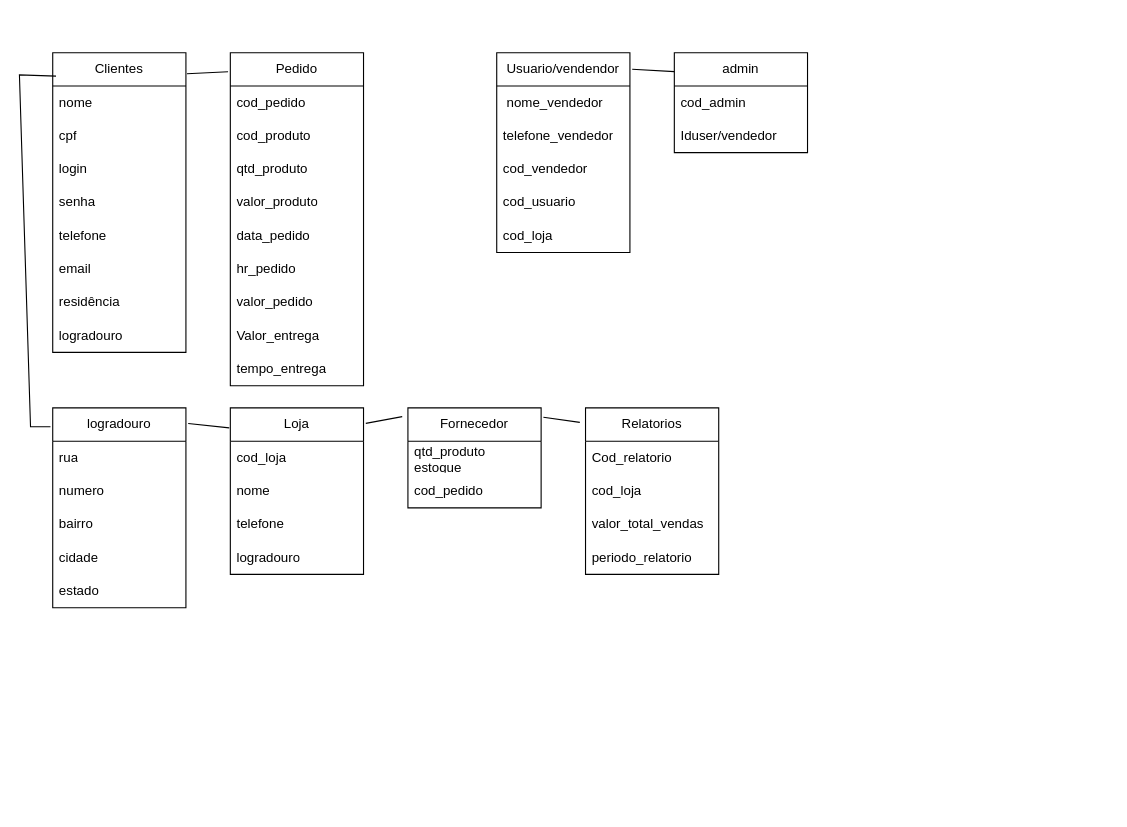
The draw.io diagram Diagrama sem nome.drawio in Dnizdj/Banco-de-Dados, before the edit. Source tidied: cells renumbered, new cells numbered last; positions are measured from the earlier drawing's top-left corner, leaving out a move shared by most shapes. Both pictures are drawn from the tidied source at 111%, with x=0, y=0 at pixel (19, 52).
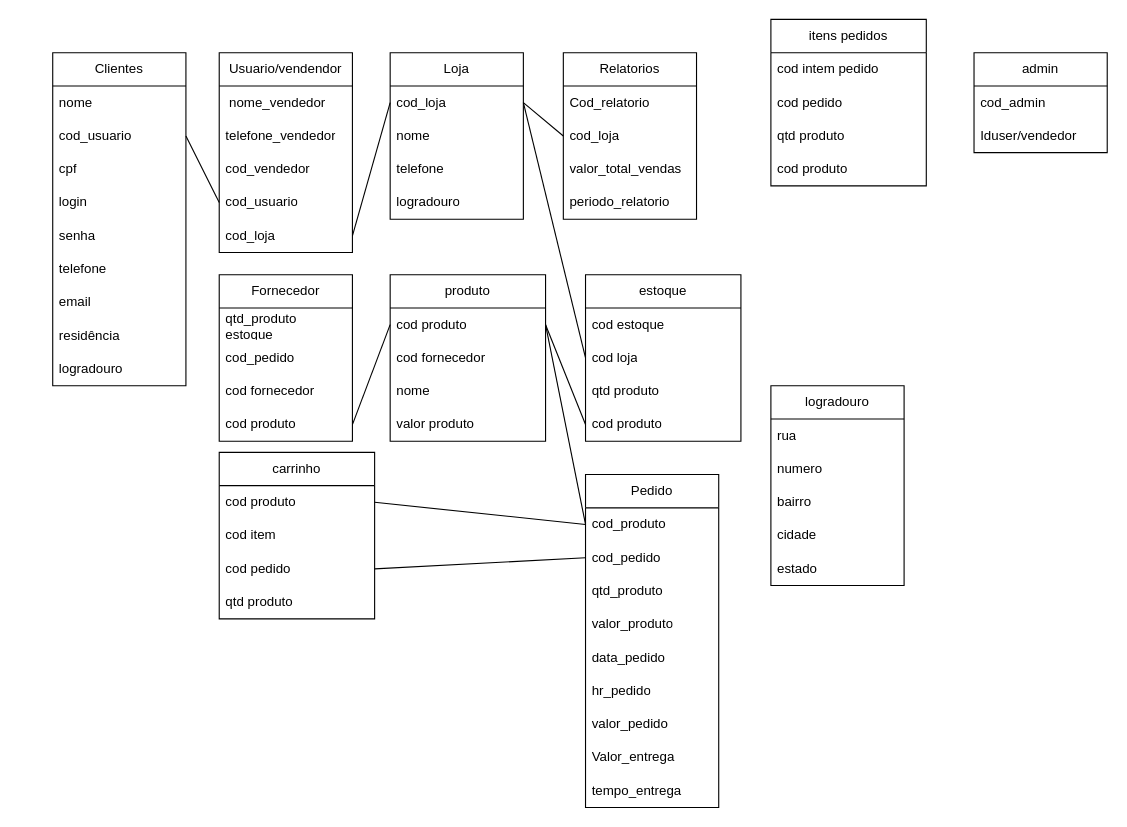
Above is the later version.

The change refers to these unchanged cells:
```xml
<mxCell id="22" value="cod_loja" style="text;strokeColor=none;fillColor=none;align=left;verticalAlign=middle;spacingLeft=4;spacingRight=4;overflow=hidden;points=[[0,0.5],[1,0.5]];portConstraint=eastwest;whiteSpace=wrap;html=1;" parent="21" vertex="1">
  <mxGeometry y="30" width="120" height="30" as="geometry" />
</mxCell>
<mxCell id="30" value="cod_usuario" style="text;strokeColor=none;fillColor=none;align=left;verticalAlign=middle;spacingLeft=4;spacingRight=4;overflow=hidden;points=[[0,0.5],[1,0.5]];portConstraint=eastwest;whiteSpace=wrap;html=1;" parent="26" vertex="1">
  <mxGeometry y="120" width="120" height="30" as="geometry" />
</mxCell>
<mxCell id="31" value="cod_loja" style="text;strokeColor=none;fillColor=none;align=left;verticalAlign=middle;spacingLeft=4;spacingRight=4;overflow=hidden;points=[[0,0.5],[1,0.5]];portConstraint=eastwest;whiteSpace=wrap;html=1;" parent="26" vertex="1">
  <mxGeometry y="150" width="120" height="30" as="geometry" />
</mxCell>
<mxCell id="34" value="cod_loja" style="text;strokeColor=none;fillColor=none;align=left;verticalAlign=middle;spacingLeft=4;spacingRight=4;overflow=hidden;points=[[0,0.5],[1,0.5]];portConstraint=eastwest;whiteSpace=wrap;html=1;" parent="32" vertex="1">
  <mxGeometry y="60" width="120" height="30" as="geometry" />
</mxCell>
```

Diff of the diagram source:
```diff
@@
     <mxCell id="2" value="Clientes" style="swimlane;fontStyle=0;horizontal=1;startSize=30;whiteSpace=wrap;html=1;" parent="1" vertex="1">
-      <mxGeometry x="30" width="120" height="270" as="geometry" />
+      <mxGeometry x="30" width="120" height="300" as="geometry" />
     </mxCell>
@@
+    <mxCell id="55" value="cod_usuario" style="text;strokeColor=none;fillColor=none;align=left;verticalAlign=middle;spacingLeft=4;spacingRight=4;overflow=hidden;points=[[0,0.5],[1,0.5]];portConstraint=eastwest;whiteSpace=wrap;html=1;" parent="2" vertex="1">
+      <mxGeometry y="60" width="120" height="30" as="geometry" />
+    </mxCell>
     <mxCell id="4" value="cpf" style="text;strokeColor=none;fillColor=none;align=left;verticalAlign=middle;spacingLeft=4;spacingRight=4;overflow=hidden;whiteSpace=wrap;html=1;" parent="2" vertex="1">
-      <mxGeometry y="60" width="120" height="30" as="geometry" />
+      <mxGeometry y="90" width="120" height="30" as="geometry" />
     </mxCell>
     <mxCell id="5" value="login" style="text;strokeColor=none;fillColor=none;align=left;verticalAlign=middle;spacingLeft=4;spacingRight=4;overflow=hidden;whiteSpace=wrap;html=1;" parent="2" vertex="1">
-      <mxGeometry y="90" width="120" height="30" as="geometry" />
+      <mxGeometry y="120" width="120" height="30" as="geometry" />
     </mxCell>
     <mxCell id="6" value="senha" style="text;strokeColor=none;fillColor=none;align=left;verticalAlign=middle;spacingLeft=4;spacingRight=4;overflow=hidden;whiteSpace=wrap;html=1;" parent="2" vertex="1">
-      <mxGeometry y="120" width="120" height="30" as="geometry" />
+      <mxGeometry y="150" width="120" height="30" as="geometry" />
     </mxCell>
     <mxCell id="7" value="telefone" style="text;strokeColor=none;fillColor=none;align=left;verticalAlign=middle;spacingLeft=4;spacingRight=4;overflow=hidden;whiteSpace=wrap;html=1;" parent="2" vertex="1">
-      <mxGeometry y="150" width="120" height="30" as="geometry" />
+      <mxGeometry y="180" width="120" height="30" as="geometry" />
     </mxCell>
     <mxCell id="8" value="email" style="text;strokeColor=none;fillColor=none;align=left;verticalAlign=middle;spacingLeft=4;spacingRight=4;overflow=hidden;whiteSpace=wrap;html=1;" parent="2" vertex="1">
-      <mxGeometry y="180" width="120" height="30" as="geometry" />
+      <mxGeometry y="210" width="120" height="30" as="geometry" />
     </mxCell>
     <mxCell id="9" value="residência" style="text;strokeColor=none;fillColor=none;align=left;verticalAlign=middle;spacingLeft=4;spacingRight=4;overflow=hidden;whiteSpace=wrap;html=1;" parent="2" vertex="1">
-      <mxGeometry y="210" width="120" height="30" as="geometry" />
+      <mxGeometry y="240" width="120" height="30" as="geometry" />
     </mxCell>
     <mxCell id="10" value="logradouro" style="text;strokeColor=none;fillColor=none;align=left;verticalAlign=middle;spacingLeft=4;spacingRight=4;overflow=hidden;whiteSpace=wrap;html=1;" parent="2" vertex="1">
-      <mxGeometry y="240" width="120" height="30" as="geometry" />
+      <mxGeometry y="270" width="120" height="30" as="geometry" />
     </mxCell>
     <mxCell id="11" value="Pedido" style="swimlane;fontStyle=0;horizontal=1;startSize=30;whiteSpace=wrap;html=1;" parent="1" vertex="1">
-      <mxGeometry x="190" width="120" height="300" as="geometry" />
+      <mxGeometry x="510" y="380" width="120" height="300" as="geometry" />
     </mxCell>
+    <mxCell id="13" value="cod_produto" style="text;strokeColor=none;fillColor=none;align=left;verticalAlign=middle;spacingLeft=4;spacingRight=4;overflow=hidden;points=[[0,0.5],[1,0.5]];portConstraint=eastwest;whiteSpace=wrap;html=1;" parent="11" vertex="1">
+      <mxGeometry y="30" width="120" height="30" as="geometry" />
+    </mxCell>
     <mxCell id="12" value="cod_pedido" style="text;strokeColor=none;fillColor=none;align=left;verticalAlign=middle;spacingLeft=4;spacingRight=4;overflow=hidden;points=[[0,0.5],[1,0.5]];portConstraint=eastwest;whiteSpace=wrap;html=1;" parent="11" vertex="1">
-      <mxGeometry y="30" width="120" height="30" as="geometry" />
+      <mxGeometry y="60" width="120" height="30" as="geometry" />
     </mxCell>
-    <mxCell id="13" value="cod_produto" style="text;strokeColor=none;fillColor=none;align=left;verticalAlign=middle;spacingLeft=4;spacingRight=4;overflow=hidden;points=[[0,0.5],[1,0.5]];portConstraint=eastwest;whiteSpace=wrap;html=1;" parent="11" vertex="1">
-      <mxGeometry y="60" width="120" height="30" as="geometry" />
-    </mxCell>
@@
     <mxCell id="21" value="Loja" style="swimlane;fontStyle=0;horizontal=1;startSize=30;whiteSpace=wrap;html=1;" parent="1" vertex="1">
-      <mxGeometry x="190" y="320" width="120" height="150" as="geometry" />
+      <mxGeometry x="334" width="120" height="150" as="geometry" />
     </mxCell>
@@
     <mxCell id="26" value="Usuario/vendendor" style="swimlane;fontStyle=0;horizontal=1;startSize=30;whiteSpace=wrap;html=1;" parent="1" vertex="1">
-      <mxGeometry x="430" width="120" height="180" as="geometry" />
+      <mxGeometry x="180" width="120" height="180" as="geometry" />
     </mxCell>
@@
     <mxCell id="32" value="Relatorios" style="swimlane;fontStyle=0;horizontal=1;startSize=30;whiteSpace=wrap;html=1;" parent="1" vertex="1">
-      <mxGeometry x="510" y="320" width="120" height="150" as="geometry" />
+      <mxGeometry x="490" width="120" height="150" as="geometry" />
     </mxCell>
@@
     <mxCell id="37" value="logradouro" style="swimlane;fontStyle=0;horizontal=1;startSize=30;whiteSpace=wrap;html=1;" parent="1" vertex="1">
-      <mxGeometry x="30" y="320" width="120" height="180" as="geometry" />
+      <mxGeometry x="677" y="300" width="120" height="180" as="geometry" />
     </mxCell>
@@
     <mxCell id="43" value="admin" style="swimlane;fontStyle=0;horizontal=1;startSize=30;whiteSpace=wrap;html=1;" parent="1" vertex="1">
-      <mxGeometry x="590" width="120" height="90" as="geometry" />
+      <mxGeometry x="860" width="120" height="90" as="geometry" />
     </mxCell>
@@
-    <mxCell id="46" style="endArrow=none;html=1;rounded=0;entryX=1.008;entryY=0.07;entryDx=0;entryDy=0;entryPerimeter=0;exitX=-0.017;exitY=0.057;exitDx=0;exitDy=0;exitPerimeter=0;" parent="1" edge="1" source="11" target="2">
-      <mxGeometry relative="1" as="geometry" />
-    </mxCell>
-    <mxCell id="47" style="endArrow=none;html=1;rounded=0;exitX=-0.017;exitY=0.094;exitDx=0;exitDy=0;exitPerimeter=0;entryX=0.025;entryY=0.078;entryDx=0;entryDy=0;entryPerimeter=0;" parent="1" edge="1" source="37" target="2">
-      <mxGeometry relative="1" as="geometry">
-        <Array as="points">
-          <mxPoint x="10" y="337" />
-          <mxPoint y="20" />
-        </Array>
-      </mxGeometry>
-    </mxCell>
-    <mxCell id="48" style="endArrow=none;html=1;rounded=0;entryX=1.017;entryY=0.078;entryDx=0;entryDy=0;entryPerimeter=0;exitX=-0.008;exitY=0.12;exitDx=0;exitDy=0;exitPerimeter=0;" parent="1" edge="1" source="21" target="37">
-      <mxGeometry relative="1" as="geometry" />
-    </mxCell>
-    <mxCell id="49" style="endArrow=none;html=1;rounded=0;exitX=1.017;exitY=0.093;exitDx=0;exitDy=0;exitPerimeter=0;entryX=-0.043;entryY=0.087;entryDx=0;entryDy=0;entryPerimeter=0;" parent="1" edge="1" source="51" target="32">
-      <mxGeometry relative="1" as="geometry" />
-    </mxCell>
-    <mxCell id="50" style="endArrow=none;html=1;rounded=0;exitX=1.017;exitY=0.093;exitDx=0;exitDy=0;exitPerimeter=0;entryX=-0.043;entryY=0.087;entryDx=0;entryDy=0;entryPerimeter=0;" parent="1" edge="1" source="21" target="51">
-      <mxGeometry relative="1" as="geometry" />
-    </mxCell>
     <mxCell id="51" value="Fornecedor" style="swimlane;fontStyle=0;horizontal=1;startSize=30;whiteSpace=wrap;html=1;" parent="1" vertex="1">
-      <mxGeometry x="350" y="320" width="120" height="90" as="geometry" />
+      <mxGeometry x="180" y="200" width="120" height="150" as="geometry" />
     </mxCell>
@@
-    <mxCell id="54" style="endArrow=none;html=1;rounded=0;entryX=0;entryY=0.189;entryDx=0;entryDy=0;entryPerimeter=0;exitX=1.017;exitY=0.083;exitDx=0;exitDy=0;exitPerimeter=0;" parent="1" edge="1" source="26" target="43">
-      <mxGeometry relative="1" as="geometry" />
-    </mxCell>
+    <mxCell id="56" value="cod fornecedor" style="text;strokeColor=none;fillColor=none;align=left;verticalAlign=middle;spacingLeft=4;spacingRight=4;overflow=hidden;whiteSpace=wrap;html=1;" parent="51" vertex="1">
+      <mxGeometry y="90" width="120" height="30" as="geometry" />
+    </mxCell>
+    <mxCell id="57" value="cod produto" style="text;strokeColor=none;fillColor=none;align=left;verticalAlign=middle;spacingLeft=4;spacingRight=4;overflow=hidden;points=[[0,0.5],[1,0.5]];portConstraint=eastwest;whiteSpace=wrap;html=1;" parent="51" vertex="1">
+      <mxGeometry y="120" width="120" height="30" as="geometry" />
+    </mxCell>
+    <mxCell id="58" value="produto" style="swimlane;fontStyle=0;horizontal=1;startSize=30;whiteSpace=wrap;html=1;" parent="1" vertex="1">
+      <mxGeometry x="334" y="200" width="140" height="150" as="geometry" />
+    </mxCell>
+    <mxCell id="59" value="cod produto" style="text;strokeColor=none;fillColor=none;align=left;verticalAlign=middle;spacingLeft=4;spacingRight=4;overflow=hidden;points=[[0,0.5],[1,0.5]];portConstraint=eastwest;whiteSpace=wrap;html=1;" parent="58" vertex="1">
+      <mxGeometry y="30" width="140" height="30" as="geometry" />
+    </mxCell>
+    <mxCell id="60" value="cod fornecedor" style="text;strokeColor=none;fillColor=none;align=left;verticalAlign=middle;spacingLeft=4;spacingRight=4;overflow=hidden;whiteSpace=wrap;html=1;" parent="58" vertex="1">
+      <mxGeometry y="60" width="140" height="30" as="geometry" />
+    </mxCell>
+    <mxCell id="61" value="nome" style="text;strokeColor=none;fillColor=none;align=left;verticalAlign=middle;spacingLeft=4;spacingRight=4;overflow=hidden;whiteSpace=wrap;html=1;" parent="58" vertex="1">
+      <mxGeometry y="90" width="140" height="30" as="geometry" />
+    </mxCell>
+    <mxCell id="62" value="valor produto" style="text;strokeColor=none;fillColor=none;align=left;verticalAlign=middle;spacingLeft=4;spacingRight=4;overflow=hidden;whiteSpace=wrap;html=1;" parent="58" vertex="1">
+      <mxGeometry y="120" width="140" height="30" as="geometry" />
+    </mxCell>
+    <mxCell id="63" value="itens pedidos" style="swimlane;fontStyle=0;horizontal=1;startSize=30;whiteSpace=wrap;html=1;" parent="1" vertex="1">
+      <mxGeometry x="677" y="-30" width="140" height="150" as="geometry" />
+    </mxCell>
+    <mxCell id="64" value="cod intem pedido" style="text;strokeColor=none;fillColor=none;align=left;verticalAlign=middle;spacingLeft=4;spacingRight=4;overflow=hidden;whiteSpace=wrap;html=1;" parent="63" vertex="1">
+      <mxGeometry y="30" width="140" height="30" as="geometry" />
+    </mxCell>
+    <mxCell id="65" value="cod pedido" style="text;strokeColor=none;fillColor=none;align=left;verticalAlign=middle;spacingLeft=4;spacingRight=4;overflow=hidden;whiteSpace=wrap;html=1;" parent="63" vertex="1">
+      <mxGeometry y="60" width="140" height="30" as="geometry" />
+    </mxCell>
+    <mxCell id="66" value="qtd produto" style="text;strokeColor=none;fillColor=none;align=left;verticalAlign=middle;spacingLeft=4;spacingRight=4;overflow=hidden;whiteSpace=wrap;html=1;" parent="63" vertex="1">
+      <mxGeometry y="90" width="140" height="30" as="geometry" />
+    </mxCell>
+    <mxCell id="67" value="cod produto" style="text;strokeColor=none;fillColor=none;align=left;verticalAlign=middle;spacingLeft=4;spacingRight=4;overflow=hidden;whiteSpace=wrap;html=1;" parent="63" vertex="1">
+      <mxGeometry y="120" width="140" height="30" as="geometry" />
+    </mxCell>
+    <mxCell id="68" style="endArrow=none;html=1;rounded=0;entryX=1;entryY=0.5;entryDx=0;entryDy=0;exitX=0;exitY=0.5;exitDx=0;exitDy=0;" parent="1" edge="1" source="30" target="55">
+      <mxGeometry relative="1" as="geometry" />
+    </mxCell>
+    <mxCell id="69" style="endArrow=none;html=1;rounded=0;exitX=1;exitY=0.5;exitDx=0;exitDy=0;entryX=0;entryY=0.5;entryDx=0;entryDy=0;" parent="1" edge="1" source="57" target="59">
+      <mxGeometry relative="1" as="geometry" />
+    </mxCell>
+    <mxCell id="70" style="endArrow=none;html=1;rounded=0;exitX=1;exitY=0.5;exitDx=0;exitDy=0;entryX=0;entryY=0.5;entryDx=0;entryDy=0;" parent="1" edge="1" source="31" target="22">
+      <mxGeometry relative="1" as="geometry" />
+    </mxCell>
+    <mxCell id="71" style="endArrow=none;html=1;rounded=0;entryX=1;entryY=0.5;entryDx=0;entryDy=0;exitX=0;exitY=0.5;exitDx=0;exitDy=0;" parent="1" edge="1" source="34" target="22">
+      <mxGeometry relative="1" as="geometry" />
+    </mxCell>
+    <mxCell id="72" value="estoque" style="swimlane;fontStyle=0;horizontal=1;startSize=30;whiteSpace=wrap;html=1;" parent="1" vertex="1">
+      <mxGeometry x="510" y="200" width="140" height="150" as="geometry" />
+    </mxCell>
+    <mxCell id="73" value="cod estoque" style="text;strokeColor=none;fillColor=none;align=left;verticalAlign=middle;spacingLeft=4;spacingRight=4;overflow=hidden;whiteSpace=wrap;html=1;" parent="72" vertex="1">
+      <mxGeometry y="30" width="140" height="30" as="geometry" />
+    </mxCell>
+    <mxCell id="74" value="cod loja" style="text;strokeColor=none;fillColor=none;align=left;verticalAlign=middle;spacingLeft=4;spacingRight=4;overflow=hidden;points=[[0,0.5],[1,0.5]];portConstraint=eastwest;whiteSpace=wrap;html=1;" parent="72" vertex="1">
+      <mxGeometry y="60" width="140" height="30" as="geometry" />
+    </mxCell>
+    <mxCell id="75" value="qtd produto" style="text;strokeColor=none;fillColor=none;align=left;verticalAlign=middle;spacingLeft=4;spacingRight=4;overflow=hidden;whiteSpace=wrap;html=1;" parent="72" vertex="1">
+      <mxGeometry y="90" width="140" height="30" as="geometry" />
+    </mxCell>
+    <mxCell id="76" value="cod produto" style="text;strokeColor=none;fillColor=none;align=left;verticalAlign=middle;spacingLeft=4;spacingRight=4;overflow=hidden;points=[[0,0.5],[1,0.5]];portConstraint=eastwest;whiteSpace=wrap;html=1;" parent="72" vertex="1">
+      <mxGeometry y="120" width="140" height="30" as="geometry" />
+    </mxCell>
+    <mxCell id="77" style="endArrow=none;html=1;rounded=0;entryX=1;entryY=0.5;entryDx=0;entryDy=0;exitX=0;exitY=0.5;exitDx=0;exitDy=0;" parent="1" edge="1" source="74" target="22">
+      <mxGeometry relative="1" as="geometry" />
+    </mxCell>
+    <mxCell id="78" style="endArrow=none;html=1;rounded=0;entryX=1;entryY=0.5;entryDx=0;entryDy=0;exitX=0;exitY=0.5;exitDx=0;exitDy=0;" parent="1" edge="1" source="76" target="59">
+      <mxGeometry relative="1" as="geometry" />
+    </mxCell>
+    <mxCell id="79" style="endArrow=none;html=1;rounded=0;exitX=1;exitY=0.5;exitDx=0;exitDy=0;entryX=0;entryY=0.5;entryDx=0;entryDy=0;" parent="1" edge="1" source="59" target="13">
+      <mxGeometry relative="1" as="geometry" />
+    </mxCell>
+    <mxCell id="80" value="carrinho" style="swimlane;fontStyle=0;horizontal=1;startSize=30;whiteSpace=wrap;html=1;" parent="1" vertex="1">
+      <mxGeometry x="180" y="360" width="140" height="150" as="geometry" />
+    </mxCell>
+    <mxCell id="81" value="cod produto" style="text;strokeColor=none;fillColor=none;align=left;verticalAlign=middle;spacingLeft=4;spacingRight=4;overflow=hidden;points=[[0,0.5],[1,0.5]];portConstraint=eastwest;whiteSpace=wrap;html=1;" parent="80" vertex="1">
+      <mxGeometry y="30" width="140" height="30" as="geometry" />
+    </mxCell>
+    <mxCell id="82" value="cod item" style="text;strokeColor=none;fillColor=none;align=left;verticalAlign=middle;spacingLeft=4;spacingRight=4;overflow=hidden;whiteSpace=wrap;html=1;" parent="80" vertex="1">
+      <mxGeometry y="60" width="140" height="30" as="geometry" />
+    </mxCell>
+    <mxCell id="83" value="cod pedido" style="text;strokeColor=none;fillColor=none;align=left;verticalAlign=middle;spacingLeft=4;spacingRight=4;overflow=hidden;points=[[0,0.5],[1,0.5]];portConstraint=eastwest;whiteSpace=wrap;html=1;" parent="80" vertex="1">
+      <mxGeometry y="90" width="140" height="30" as="geometry" />
+    </mxCell>
+    <mxCell id="84" value="qtd produto" style="text;strokeColor=none;fillColor=none;align=left;verticalAlign=middle;spacingLeft=4;spacingRight=4;overflow=hidden;whiteSpace=wrap;html=1;" parent="80" vertex="1">
+      <mxGeometry y="120" width="140" height="30" as="geometry" />
+    </mxCell>
+    <mxCell id="85" style="endArrow=none;html=1;rounded=0;exitX=0;exitY=0.5;exitDx=0;exitDy=0;entryX=1;entryY=0.5;entryDx=0;entryDy=0;" parent="1" edge="1" source="12" target="83">
+      <mxGeometry relative="1" as="geometry" />
+    </mxCell>
+    <mxCell id="86" style="endArrow=none;html=1;rounded=0;exitX=1;exitY=0.5;exitDx=0;exitDy=0;entryX=0;entryY=0.5;entryDx=0;entryDy=0;" parent="1" edge="1" source="81" target="13">
+      <mxGeometry relative="1" as="geometry" />
+    </mxCell>
```
